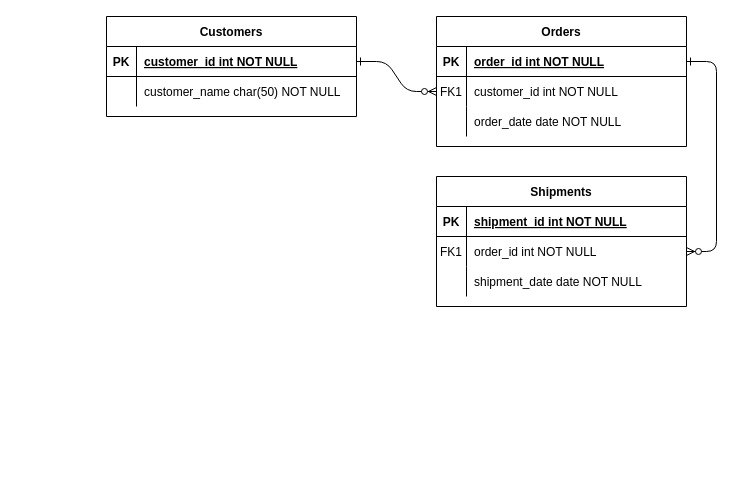
Before: Diagrama sem título.drawio in AndressaDantas-84/BancoDeDados, a draw.io diagram. Source tidied: cells renumbered, new cells numbered last; positions are measured from the earlier drawing's top-left corner, leaving out a move shared by most shapes. Both pictures are drawn from the tidied source at 100%, with x=0, y=0 at pixel (106, 16).
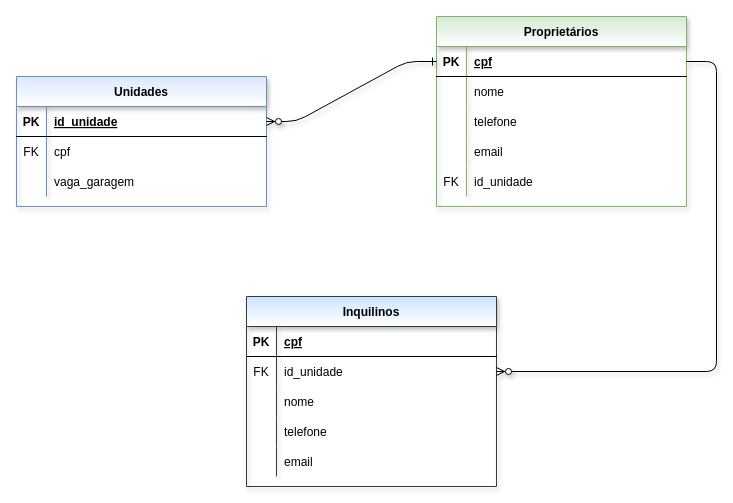
The same diagram, later.

Commit message:
Diagrama checkpoint1 de Banco de dados.drawio

The change refers to these unchanged cells:
```xml
<mxCell id="5" style="shape=partialRectangle;fillColor=none;points=[[0,0.5],[1,0.5]];portConstraint=eastwest;top=0;left=0;right=0;bottom=1;" parent="4" vertex="1">
  <mxGeometry y="30" width="250" height="30" as="geometry" />
</mxCell>
<mxCell id="8" style="shape=partialRectangle;fillColor=none;points=[[0,0.5],[1,0.5]];portConstraint=eastwest;top=0;left=0;right=0;bottom=0;" parent="4" vertex="1">
  <mxGeometry y="60" width="250" height="30" as="geometry" />
</mxCell>
<mxCell id="11" style="shape=partialRectangle;fillColor=none;top=0;left=0;right=0;bottom=0;" parent="4" vertex="1">
  <mxGeometry y="90" width="250" height="30" as="geometry" />
</mxCell>
<mxCell id="15" style="shape=partialRectangle;fillColor=none;top=0;left=0;right=0;bottom=1;" parent="14" vertex="1">
  <mxGeometry y="30" width="250" height="30" as="geometry" />
</mxCell>
<mxCell id="18" style="shape=partialRectangle;fillColor=none;points=[[0,0.5],[1,0.5]];portConstraint=eastwest;top=0;left=0;right=0;bottom=0;" parent="14" vertex="1">
  <mxGeometry y="60" width="250" height="30" as="geometry" />
</mxCell>
<mxCell id="21" style="shape=partialRectangle;fillColor=none;top=0;left=0;right=0;bottom=0;" parent="14" vertex="1">
  <mxGeometry y="90" width="250" height="30" as="geometry" />
</mxCell>
<mxCell id="25" style="shape=partialRectangle;fillColor=none;points=[[0,0.5],[1,0.5]];portConstraint=eastwest;top=0;left=0;right=0;bottom=1;" parent="24" vertex="1">
  <mxGeometry y="30" width="250" height="30" as="geometry" />
</mxCell>
<mxCell id="28" style="shape=partialRectangle;fillColor=none;top=0;left=0;right=0;bottom=0;" parent="24" vertex="1">
  <mxGeometry y="60" width="250" height="30" as="geometry" />
</mxCell>
```

What changed in the source:
```diff
@@
-    <mxCell id="2" style="edgeStyle=entityRelationEdgeStyle;endArrow=ERzeroToMany;startArrow=ERone;endFill=1;startFill=0;" parent="1" edge="1" source="25" target="8">
-      <mxGeometry relative="1" as="geometry" />
-    </mxCell>
-    <mxCell id="3" style="edgeStyle=entityRelationEdgeStyle;endArrow=ERzeroToMany;startArrow=ERone;endFill=1;startFill=0;" parent="1" edge="1" source="5" target="18">
-      <mxGeometry relative="1" as="geometry" />
-    </mxCell>
-    <mxCell id="4" value="Orders" style="shape=table;startSize=30;childLayout=tableLayout;rowLines=0;fontStyle=1;align=center;" parent="1" vertex="1">
-      <mxGeometry x="330" width="250" height="130" as="geometry" />
+    <mxCell id="4" value="Proprietários" style="shape=table;startSize=30;childLayout=tableLayout;rowLines=0;fontStyle=1;align=center;shadow=1;fillColor=#d5e8d4;strokeColor=#82b366;gradientColor=#ffffff;" parent="1" vertex="1">
+      <mxGeometry x="330" width="250" height="190" as="geometry" />
     </mxCell>
@@
-    <mxCell id="7" value="order_id int NOT NULL " style="shape=partialRectangle;overflow=hidden;fillColor=none;top=0;left=0;bottom=0;right=0;align=left;spacingLeft=6;fontStyle=5;" parent="5" vertex="1">
+    <mxCell id="7" value="cpf" style="shape=partialRectangle;overflow=hidden;fillColor=none;top=0;left=0;bottom=0;right=0;align=left;spacingLeft=6;fontStyle=5;" parent="5" vertex="1">
       <mxGeometry x="30" width="220" height="30" as="geometry" />
     </mxCell>
@@
-    <mxCell id="9" value="FK1" style="shape=partialRectangle;overflow=hidden;fillColor=none;top=0;left=0;bottom=0;right=0;" parent="8" vertex="1">
+    <mxCell id="9" style="shape=partialRectangle;overflow=hidden;fillColor=none;top=0;left=0;bottom=0;right=0;" parent="8" vertex="1">
       <mxGeometry width="30" height="30" as="geometry" />
     </mxCell>
-    <mxCell id="10" value="customer_id int NOT NULL" style="shape=partialRectangle;overflow=hidden;fillColor=none;top=0;left=0;bottom=0;right=0;align=left;spacingLeft=6;" parent="8" vertex="1">
+    <mxCell id="10" value="nome" style="shape=partialRectangle;overflow=hidden;fillColor=none;top=0;left=0;bottom=0;right=0;align=left;spacingLeft=6;" parent="8" vertex="1">
       <mxGeometry x="30" width="220" height="30" as="geometry" />
     </mxCell>
@@
-    <mxCell id="13" value="order_date date NOT NULL" style="shape=partialRectangle;overflow=hidden;fillColor=none;top=0;left=0;bottom=0;right=0;align=left;spacingLeft=6;" parent="11" vertex="1">
+    <mxCell id="13" value="telefone" style="shape=partialRectangle;overflow=hidden;fillColor=none;top=0;left=0;bottom=0;right=0;align=left;spacingLeft=6;" parent="11" vertex="1">
       <mxGeometry x="30" width="220" height="30" as="geometry" />
     </mxCell>
+    <mxCell id="31" style="shape=partialRectangle;fillColor=none;top=0;left=0;right=0;bottom=0;" parent="4" vertex="1">
+      <mxGeometry y="120" width="250" height="30" as="geometry" />
+    </mxCell>
+    <mxCell id="32" style="shape=partialRectangle;overflow=hidden;fillColor=none;top=0;left=0;bottom=0;right=0;" parent="31" vertex="1">
+      <mxGeometry width="30" height="30" as="geometry" />
+    </mxCell>
+    <mxCell id="33" value="email" style="shape=partialRectangle;overflow=hidden;fillColor=none;top=0;left=0;bottom=0;right=0;align=left;spacingLeft=6;" parent="31" vertex="1">
+      <mxGeometry x="30" width="220" height="30" as="geometry" />
+    </mxCell>
+    <mxCell id="34" style="shape=partialRectangle;fillColor=none;top=0;left=0;right=0;bottom=0;" parent="4" vertex="1">
+      <mxGeometry y="150" width="250" height="30" as="geometry" />
+    </mxCell>
+    <mxCell id="35" value="FK" style="shape=partialRectangle;overflow=hidden;fillColor=none;top=0;left=0;bottom=0;right=0;" parent="34" vertex="1">
+      <mxGeometry width="30" height="30" as="geometry" />
+    </mxCell>
+    <mxCell id="36" value="id_unidade" style="shape=partialRectangle;overflow=hidden;fillColor=none;top=0;left=0;bottom=0;right=0;align=left;spacingLeft=6;" parent="34" vertex="1">
+      <mxGeometry x="30" width="220" height="30" as="geometry" />
+    </mxCell>
-    <mxCell id="14" value="Shipments" style="shape=table;startSize=30;childLayout=tableLayout;rowLines=0;fontStyle=1;align=center;" parent="1" vertex="1">
-      <mxGeometry x="330" y="160" width="250" height="130" as="geometry" />
+    <mxCell id="14" value="Inquilinos" style="shape=table;startSize=30;childLayout=tableLayout;rowLines=0;fontStyle=1;align=center;shadow=1;fillColor=#cce5ff;strokeColor=#36393d;gradientColor=#ffffff;" parent="1" vertex="1">
+      <mxGeometry x="140" y="280" width="250" height="190" as="geometry" />
     </mxCell>
@@
-    <mxCell id="17" value="shipment_id int NOT NULL " style="shape=partialRectangle;overflow=hidden;fillColor=none;top=0;left=0;bottom=0;right=0;align=left;spacingLeft=6;fontStyle=5;" parent="15" vertex="1">
+    <mxCell id="17" value="cpf" style="shape=partialRectangle;overflow=hidden;fillColor=none;top=0;left=0;bottom=0;right=0;align=left;spacingLeft=6;fontStyle=5;" parent="15" vertex="1">
       <mxGeometry x="30" width="220" height="30" as="geometry" />
     </mxCell>
@@
-    <mxCell id="19" value="FK1" style="shape=partialRectangle;overflow=hidden;fillColor=none;top=0;left=0;bottom=0;right=0;" parent="18" vertex="1">
+    <mxCell id="19" value="FK" style="shape=partialRectangle;overflow=hidden;fillColor=none;top=0;left=0;bottom=0;right=0;" parent="18" vertex="1">
       <mxGeometry width="30" height="30" as="geometry" />
     </mxCell>
-    <mxCell id="20" value="order_id int NOT NULL" style="shape=partialRectangle;overflow=hidden;fillColor=none;top=0;left=0;bottom=0;right=0;align=left;spacingLeft=6;" parent="18" vertex="1">
+    <mxCell id="20" value="id_unidade" style="shape=partialRectangle;overflow=hidden;fillColor=none;top=0;left=0;bottom=0;right=0;align=left;spacingLeft=6;" parent="18" vertex="1">
       <mxGeometry x="30" width="220" height="30" as="geometry" />
     </mxCell>
@@
-    <mxCell id="23" value="shipment_date date NOT NULL" style="shape=partialRectangle;overflow=hidden;fillColor=none;top=0;left=0;bottom=0;right=0;align=left;spacingLeft=6;" parent="21" vertex="1">
+    <mxCell id="23" value="nome" style="shape=partialRectangle;overflow=hidden;fillColor=none;top=0;left=0;bottom=0;right=0;align=left;spacingLeft=6;" parent="21" vertex="1">
       <mxGeometry x="30" width="220" height="30" as="geometry" />
     </mxCell>
+    <mxCell id="37" style="shape=partialRectangle;fillColor=none;top=0;left=0;right=0;bottom=0;" parent="14" vertex="1">
+      <mxGeometry y="120" width="250" height="30" as="geometry" />
+    </mxCell>
+    <mxCell id="38" style="shape=partialRectangle;overflow=hidden;fillColor=none;top=0;left=0;bottom=0;right=0;" parent="37" vertex="1">
+      <mxGeometry width="30" height="30" as="geometry" />
+    </mxCell>
+    <mxCell id="39" value="telefone" style="shape=partialRectangle;overflow=hidden;fillColor=none;top=0;left=0;bottom=0;right=0;align=left;spacingLeft=6;" parent="37" vertex="1">
+      <mxGeometry x="30" width="220" height="30" as="geometry" />
+    </mxCell>
+    <mxCell id="40" style="shape=partialRectangle;fillColor=none;top=0;left=0;right=0;bottom=0;" parent="14" vertex="1">
+      <mxGeometry y="150" width="250" height="30" as="geometry" />
+    </mxCell>
+    <mxCell id="41" style="shape=partialRectangle;overflow=hidden;fillColor=none;top=0;left=0;bottom=0;right=0;" parent="40" vertex="1">
+      <mxGeometry width="30" height="30" as="geometry" />
+    </mxCell>
+    <mxCell id="42" value="email" style="shape=partialRectangle;overflow=hidden;fillColor=none;top=0;left=0;bottom=0;right=0;align=left;spacingLeft=6;" parent="40" vertex="1">
+      <mxGeometry x="30" width="220" height="30" as="geometry" />
+    </mxCell>
-    <mxCell id="24" value="Customers" style="shape=table;startSize=30;childLayout=tableLayout;rowLines=0;fontStyle=1;align=center;" parent="1" vertex="1">
-      <mxGeometry width="250" height="100" as="geometry" />
+    <mxCell id="24" value="Unidades" style="shape=table;startSize=30;childLayout=tableLayout;rowLines=0;fontStyle=1;align=center;shadow=1;fillColor=#dae8fc;strokeColor=#6c8ebf;gradientColor=#ffffff;" parent="1" vertex="1">
+      <mxGeometry x="-90" y="60" width="250" height="130" as="geometry" />
     </mxCell>
@@
-    <mxCell id="27" value="customer_id int NOT NULL " style="shape=partialRectangle;overflow=hidden;fillColor=none;top=0;left=0;bottom=0;right=0;align=left;spacingLeft=6;fontStyle=5;" parent="25" vertex="1">
+    <mxCell id="27" value="id_unidade" style="shape=partialRectangle;overflow=hidden;fillColor=none;top=0;left=0;bottom=0;right=0;align=left;spacingLeft=6;fontStyle=5;" parent="25" vertex="1">
       <mxGeometry x="30" width="220" height="30" as="geometry" />
     </mxCell>
@@
-    <mxCell id="29" style="shape=partialRectangle;overflow=hidden;fillColor=none;top=0;left=0;bottom=0;right=0;" parent="28" vertex="1">
+    <mxCell id="29" value="FK" style="shape=partialRectangle;overflow=hidden;fillColor=none;top=0;left=0;bottom=0;right=0;" parent="28" vertex="1">
       <mxGeometry width="30" height="30" as="geometry" />
     </mxCell>
-    <mxCell id="30" value="customer_name char(50) NOT NULL" style="shape=partialRectangle;overflow=hidden;fillColor=none;top=0;left=0;bottom=0;right=0;align=left;spacingLeft=6;" parent="28" vertex="1">
+    <mxCell id="30" value="cpf" style="shape=partialRectangle;overflow=hidden;fillColor=none;top=0;left=0;bottom=0;right=0;align=left;spacingLeft=6;" parent="28" vertex="1">
       <mxGeometry x="30" width="220" height="30" as="geometry" />
     </mxCell>
+    <mxCell id="43" style="shape=partialRectangle;fillColor=none;top=0;left=0;right=0;bottom=0;" parent="24" vertex="1">
+      <mxGeometry y="90" width="250" height="30" as="geometry" />
+    </mxCell>
+    <mxCell id="44" style="shape=partialRectangle;overflow=hidden;fillColor=none;top=0;left=0;bottom=0;right=0;" parent="43" vertex="1">
+      <mxGeometry width="30" height="30" as="geometry" />
+    </mxCell>
+    <mxCell id="45" value="vaga_garagem" style="shape=partialRectangle;overflow=hidden;fillColor=none;top=0;left=0;bottom=0;right=0;align=left;spacingLeft=6;" parent="43" vertex="1">
+      <mxGeometry x="30" width="220" height="30" as="geometry" />
+    </mxCell>
+    <mxCell id="2" style="edgeStyle=entityRelationEdgeStyle;endArrow=ERzeroToMany;startArrow=ERone;endFill=1;startFill=0;entryX=1;entryY=0.5;entryDx=0;entryDy=0;exitX=0;exitY=0.5;exitDx=0;exitDy=0;shadow=1;" parent="1" edge="1" source="5" target="25">
+      <mxGeometry relative="1" as="geometry" />
+    </mxCell>
+    <mxCell id="3" style="edgeStyle=elbowEdgeStyle;fontSize=12;html=1;endArrow=ERzeroToMany;endFill=1;entryX=1;entryY=0.5;entryDx=0;entryDy=0;exitX=1;exitY=0.5;exitDx=0;exitDy=0;shadow=1;" parent="1" edge="1" source="5" target="18">
+      <mxGeometry relative="1" as="geometry">
+        <Array as="points">
+          <mxPoint x="610" y="220" />
+        </Array>
+      </mxGeometry>
+    </mxCell>
```
